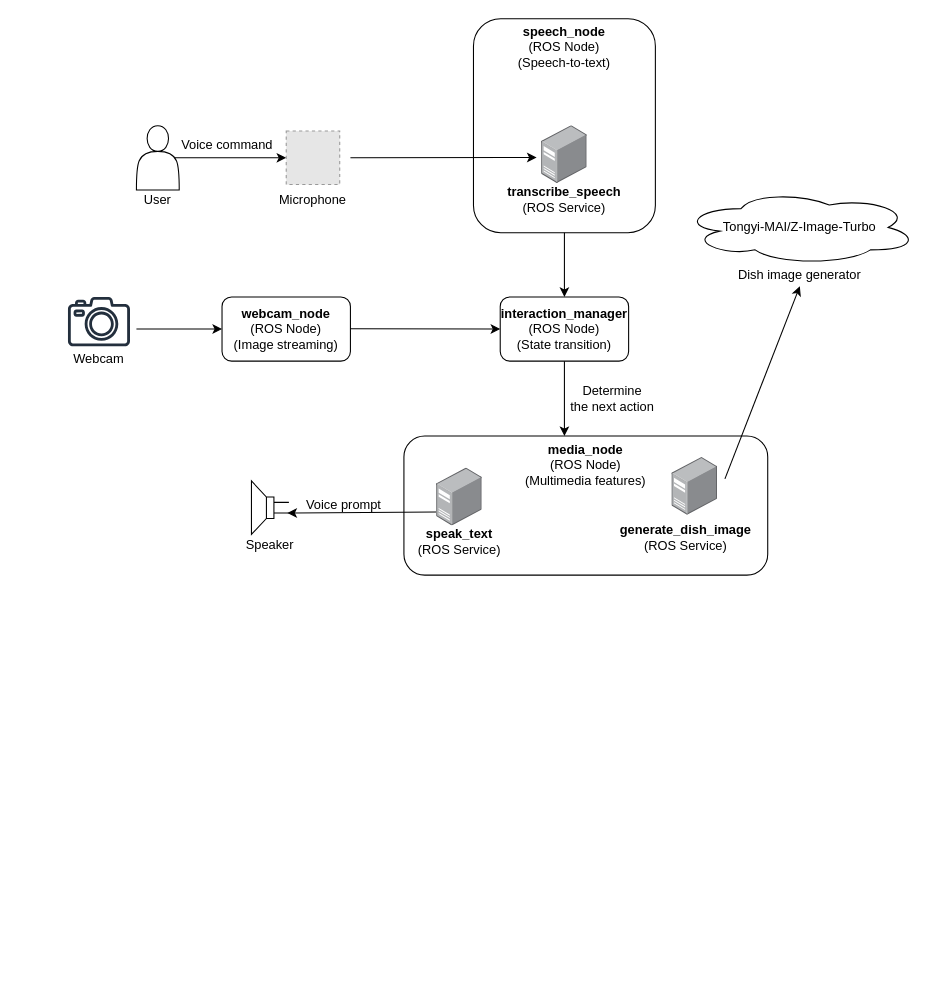
Earlier version of the draw.io diagram SYSTEM-DIAGRAM.drawio (iamdejan/chef-robot-assistant). Source tidied: cells renumbered, new cells numbered last; positions are measured from the earlier drawing's top-left corner, leaving out a move shared by most shapes. Both pictures are drawn from the tidied source at 107%, with x=0, y=0 at pixel (61, 18). Pictures stored in the file or linked from it are replaced by grey dashed boxes.
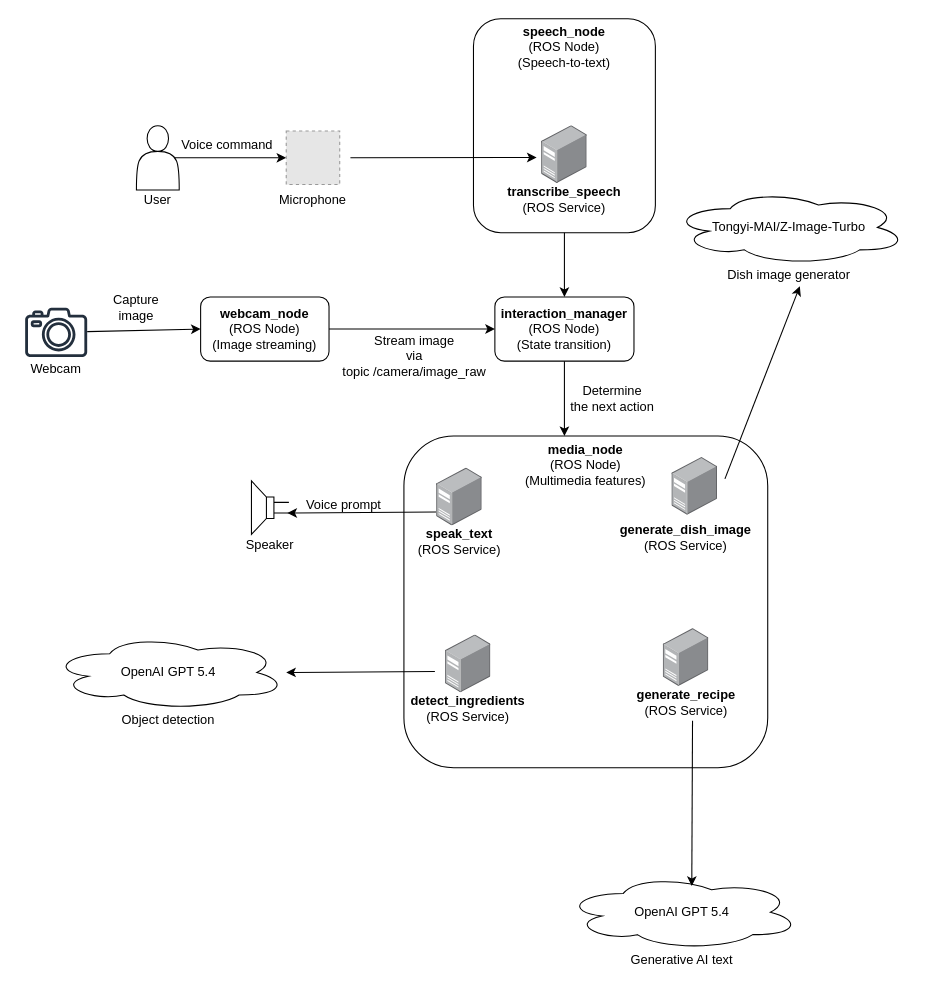
The same diagram, later.

Commit message (it also covers changes not shown here):
add system diagram

The change refers to these unchanged cells:
```xml
<mxCell id="9" style="group;" parent="1" vertex="1">
  <mxGeometry x="530" y="410" width="123.7" height="90" as="geometry" />
</mxCell>
<mxCell id="33" style="sketch=0;outlineConnect=0;fontColor=#232F3E;gradientColor=none;fillColor=#232F3D;strokeColor=none;dashed=0;verticalLabelPosition=bottom;verticalAlign=top;align=center;html=1;fontSize=12;fontStyle=0;shape=mxgraph.aws4.camera2;spacing=1;fontFamily=Helvetica;" parent="32" vertex="1">
  <mxGeometry x="6" width="58" height="46.1" as="geometry" />
</mxCell>
```

Diff of the diagram source:
```diff
@@
-<mxGraphModel>
+<mxGraphModel background="#ffffff">
@@
     <mxCell id="3" value="&lt;b&gt;media_node&lt;/b&gt;&lt;div&gt;(ROS Node)&lt;/div&gt;&lt;div&gt;(Multimedia features)&lt;/div&gt;" style="rounded=1;whiteSpace=wrap;html=1;align=center;verticalAlign=top;spacing=1;fontFamily=Helvetica;fontSize=12;fontColor=default;fillColor=none;gradientColor=none;" parent="1" vertex="1">
-      <mxGeometry x="320" y="390" width="340" height="130" as="geometry" />
+      <mxGeometry x="320" y="390" width="340" height="310" as="geometry" />
     </mxCell>
@@
-    <mxCell id="11" style="edgeStyle=none;jettySize=auto;html=1;rounded=0;entryX=0.5;entryY=1;entryDx=0;entryDy=0;" parent="9" edge="1" target="23">
+    <mxCell id="11" style="edgeStyle=none;orthogonalLoop=1;jettySize=auto;html=1;rounded=0;entryX=0.5;entryY=1;entryDx=0;entryDy=0;" parent="9" edge="1">
       <mxGeometry relative="1" as="geometry">
         <mxPoint x="90" y="20" as="sourcePoint" />
+        <mxPoint x="160" y="-160" as="targetPoint" />
       </mxGeometry>
     </mxCell>
@@
     <mxCell id="19" value="&lt;b&gt;interaction_manager&lt;/b&gt;&lt;div&gt;(ROS Node)&lt;br&gt;&lt;div&gt;(State transition)&lt;/div&gt;&lt;/div&gt;" style="rounded=1;whiteSpace=wrap;html=1;" parent="1" vertex="1">
-      <mxGeometry x="410" y="260" width="120" height="60" as="geometry" />
+      <mxGeometry x="405" y="260" width="130" height="60" as="geometry" />
     </mxCell>
@@
-    <mxCell id="21" style="group;" parent="1" vertex="1">
-      <mxGeometry x="670" y="160" width="130" height="90" as="geometry" />
-    </mxCell>
-    <mxCell id="22" value="Tongyi-MAI/Z-Image-Turbo" style="ellipse;shape=cloud;whiteSpace=wrap;html=1;" parent="21" vertex="1">
-      <mxGeometry x="-90" width="220" height="70" as="geometry" />
-    </mxCell>
-    <mxCell id="23" value="Dish image generator" style="text;html=1;whiteSpace=wrap;strokeColor=none;fillColor=none;align=center;verticalAlign=middle;rounded=0;" parent="21" vertex="1">
-      <mxGeometry x="-40" y="70" width="120" height="20" as="geometry" />
-    </mxCell>
@@
     <mxCell id="32" style="group;" parent="1" vertex="1">
-      <mxGeometry y="260" width="70" height="66.1" as="geometry" />
+      <mxGeometry x="-40" y="270" width="70" height="66.1" as="geometry" />
     </mxCell>
@@
     <mxCell id="38" value="&lt;b&gt;webcam_node&lt;/b&gt;&lt;div&gt;(ROS Node)&lt;br&gt;&lt;div&gt;(Image streaming)&lt;/div&gt;&lt;/div&gt;" style="rounded=1;whiteSpace=wrap;html=1;" parent="1" vertex="1">
-      <mxGeometry x="150" y="260" width="120" height="60" as="geometry" />
+      <mxGeometry x="130" y="260" width="120" height="60" as="geometry" />
     </mxCell>
-    <mxCell id="39" style="edgeStyle=none;jettySize=auto;html=1;rounded=0;entryX=0;entryY=0.5;entryDx=0;entryDy=0;" parent="1" edge="1" target="38">
-      <mxGeometry relative="1" as="geometry">
-        <mxPoint x="70" y="290" as="sourcePoint" />
-      </mxGeometry>
+    <mxCell id="39" style="edgeStyle=none;jettySize=auto;html=1;rounded=0;entryX=0;entryY=0.5;entryDx=0;entryDy=0;" parent="1" edge="1" source="33" target="38">
+      <mxGeometry relative="1" as="geometry" />
     </mxCell>
-    <mxCell id="40" style="edgeStyle=none;jettySize=auto;html=1;rounded=0;entryX=0;entryY=0.5;entryDx=0;entryDy=0;" parent="1" edge="1" target="19">
-      <mxGeometry relative="1" as="geometry">
-        <mxPoint x="270" y="289.7" as="sourcePoint" />
-      </mxGeometry>
+    <mxCell id="40" style="edgeStyle=none;jettySize=auto;html=1;rounded=0;entryX=0;entryY=0.5;entryDx=0;entryDy=0;exitX=1;exitY=0.5;exitDx=0;exitDy=0;" parent="1" edge="1" source="38" target="19">
+      <mxGeometry relative="1" as="geometry" />
     </mxCell>
+    <mxCell id="41" value="Stream image&lt;div&gt;via topic&amp;nbsp;/camera/image_raw&lt;/div&gt;" style="text;html=1;whiteSpace=wrap;strokeColor=none;fillColor=none;align=center;verticalAlign=middle;rounded=0;" parent="1" vertex="1">
+      <mxGeometry x="260" y="290" width="140" height="50" as="geometry" />
+    </mxCell>
+    <mxCell id="42" value="Capture&lt;div&gt;image&lt;/div&gt;" style="text;html=1;whiteSpace=wrap;strokeColor=none;fillColor=none;align=center;verticalAlign=middle;rounded=0;" parent="1" vertex="1">
+      <mxGeometry x="20" y="250" width="100" height="40" as="geometry" />
+    </mxCell>
+    <mxCell id="43" style="group;" parent="1" vertex="1">
+      <mxGeometry x="310" y="576" width="140" height="84" as="geometry" />
+    </mxCell>
+    <mxCell id="44" value="&lt;b&gt;detect_ingredients&lt;/b&gt;&lt;div&gt;(ROS Service)&lt;/div&gt;" style="text;html=1;whiteSpace=wrap;strokeColor=none;fillColor=none;align=center;verticalAlign=middle;rounded=0;fontFamily=Helvetica;fontSize=12;fontColor=default;" parent="43" vertex="1">
+      <mxGeometry y="54" width="140" height="30" as="geometry" />
+    </mxCell>
+    <mxCell id="45" style="image;html=1;align=center;shadow=0;dashed=0;image=img/lib/allied_telesis/computer_and_terminals/Server_Desktop.svg;" parent="43" vertex="1">
+      <mxGeometry x="48.7" width="42.6" height="54" as="geometry" />
+    </mxCell>
+    <mxCell id="46" style="group;" parent="1" vertex="1">
+      <mxGeometry x="-10" y="576" width="220" height="90" as="geometry" />
+    </mxCell>
+    <mxCell id="47" value="OpenAI GPT 5.4" style="ellipse;shape=cloud;whiteSpace=wrap;html=1;" parent="46" vertex="1">
+      <mxGeometry width="220" height="70" as="geometry" />
+    </mxCell>
+    <mxCell id="48" value="Object detection" style="text;html=1;whiteSpace=wrap;strokeColor=none;fillColor=none;align=center;verticalAlign=middle;rounded=0;" parent="46" vertex="1">
+      <mxGeometry x="50" y="70" width="120" height="20" as="geometry" />
+    </mxCell>
+    <mxCell id="49" style="group;" parent="1" vertex="1">
+      <mxGeometry x="570" y="160" width="220" height="90" as="geometry" />
+    </mxCell>
+    <mxCell id="22" value="Tongyi-MAI/Z-Image-Turbo" style="ellipse;shape=cloud;whiteSpace=wrap;html=1;" parent="49" vertex="1">
+      <mxGeometry width="220" height="70" as="geometry" />
+    </mxCell>
+    <mxCell id="23" value="Dish image generator" style="text;html=1;whiteSpace=wrap;strokeColor=none;fillColor=none;align=center;verticalAlign=middle;rounded=0;" parent="49" vertex="1">
+      <mxGeometry x="50" y="70" width="120" height="20" as="geometry" />
+    </mxCell>
+    <mxCell id="50" style="edgeStyle=none;orthogonalLoop=1;jettySize=auto;html=1;rounded=0;exitX=0.019;exitY=0.76;exitDx=0;exitDy=0;exitPerimeter=0;entryX=0;entryY=0.6;entryDx=0;entryDy=0;entryPerimeter=0;" parent="1" edge="1">
+      <mxGeometry relative="1" as="geometry">
+        <mxPoint x="348.9" y="610" as="sourcePoint" />
+        <mxPoint x="210" y="611" as="targetPoint" />
+      </mxGeometry>
+    </mxCell>
+    <mxCell id="51" style="group;" parent="1" vertex="1">
+      <mxGeometry x="470" y="800" width="220" height="90" as="geometry" />
+    </mxCell>
+    <mxCell id="52" value="OpenAI GPT 5.4" style="ellipse;shape=cloud;whiteSpace=wrap;html=1;" parent="51" vertex="1">
+      <mxGeometry width="220" height="70" as="geometry" />
+    </mxCell>
+    <mxCell id="53" value="Generative AI text" style="text;html=1;whiteSpace=wrap;strokeColor=none;fillColor=none;align=center;verticalAlign=middle;rounded=0;" parent="51" vertex="1">
+      <mxGeometry x="50" y="70" width="120" height="20" as="geometry" />
+    </mxCell>
+    <mxCell id="54" style="group;" parent="1" vertex="1">
+      <mxGeometry x="513.7" y="570" width="140" height="84" as="geometry" />
+    </mxCell>
+    <mxCell id="55" value="&lt;b&gt;generate_recipe&lt;/b&gt;&lt;div&gt;(ROS Service)&lt;/div&gt;" style="text;html=1;whiteSpace=wrap;strokeColor=none;fillColor=none;align=center;verticalAlign=middle;rounded=0;fontFamily=Helvetica;fontSize=12;fontColor=default;" parent="54" vertex="1">
+      <mxGeometry y="54" width="140" height="30" as="geometry" />
+    </mxCell>
+    <mxCell id="56" style="image;html=1;align=center;shadow=0;dashed=0;image=img/lib/allied_telesis/computer_and_terminals/Server_Desktop.svg;" parent="54" vertex="1">
+      <mxGeometry x="48.7" width="42.6" height="54" as="geometry" />
+    </mxCell>
+    <mxCell id="57" style="edgeStyle=none;jettySize=auto;html=1;rounded=0;exitX=0.543;exitY=1.067;exitDx=0;exitDy=0;exitPerimeter=0;entryX=0.541;entryY=0.15;entryDx=0;entryDy=0;entryPerimeter=0;" parent="1" edge="1" source="55" target="52">
+      <mxGeometry relative="1" as="geometry" />
+    </mxCell>
```
